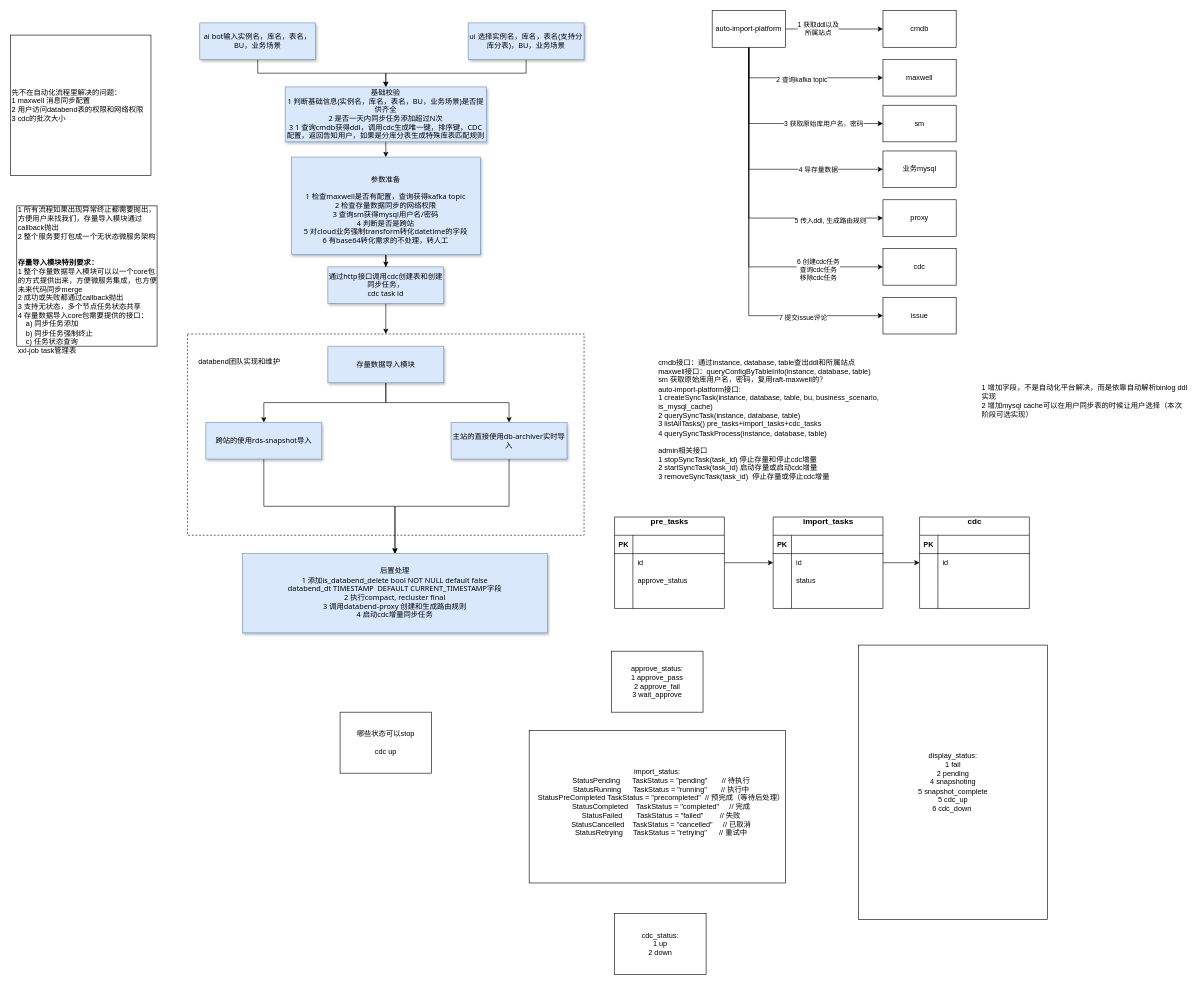
Above: doc/databend自动化数据导入流程.drawio in jackjoesh/databend (draw.io), before the change. Source tidied: cells renumbered, new cells numbered last; positions are measured from the earlier drawing's top-left corner, leaving out a move shared by most shapes. Both pictures are drawn from the tidied source at 61%, with x=0, y=0 at pixel (10, 10).
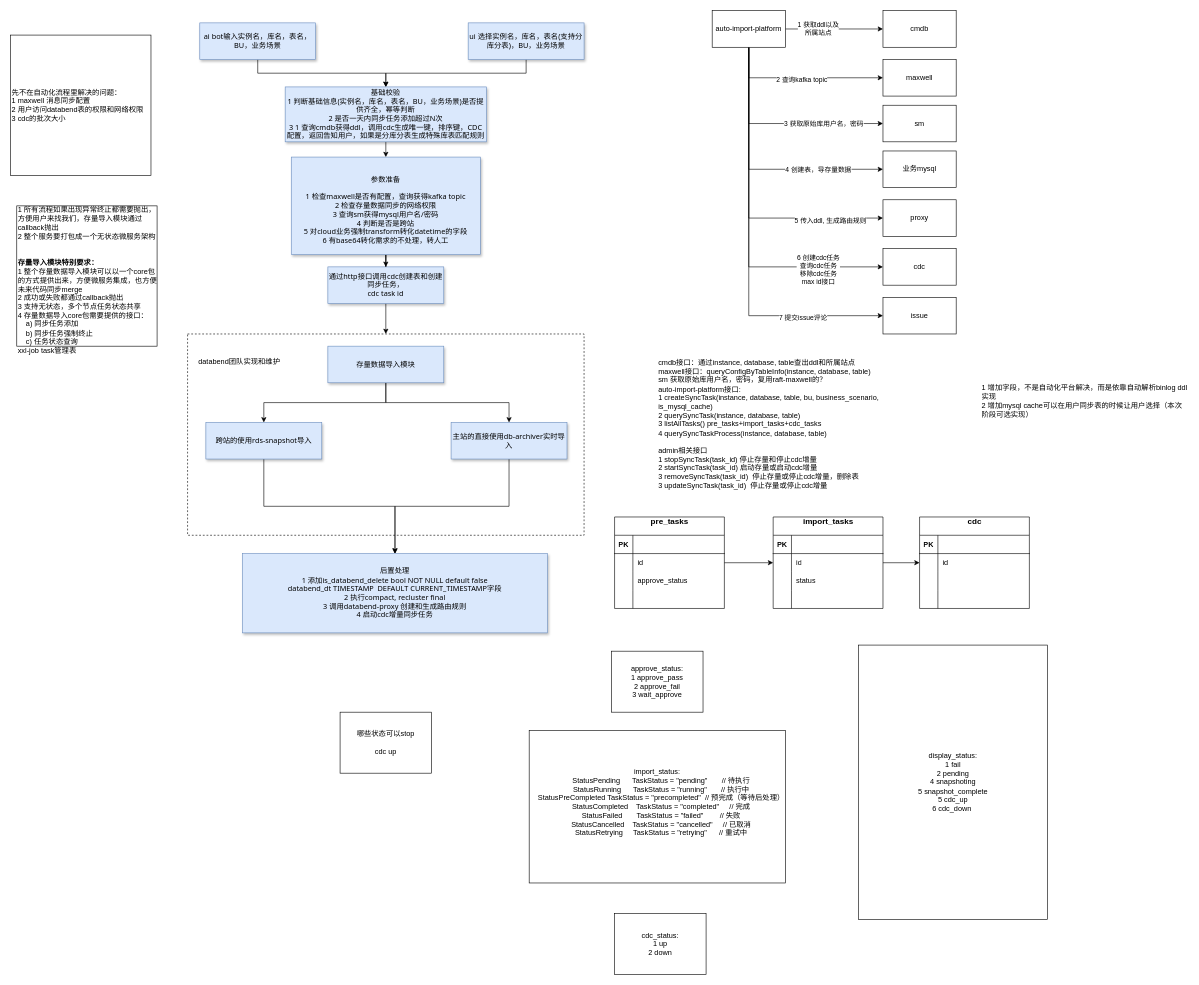
After the change.

Commit message:
更新databend自动化数据导入流程.drawio

Unchanged cells that the change refers to:
```xml
<mxCell id="33" style="edgeStyle=orthogonalEdgeStyle;rounded=0;jettySize=auto;html=1;exitX=0.5;exitY=1;exitDx=0;exitDy=0;entryX=0;entryY=0.5;entryDx=0;entryDy=0;" parent="1" edge="1" source="41" target="47">
  <mxGeometry relative="1" as="geometry" />
</mxCell>
<mxCell id="37" style="edgeStyle=orthogonalEdgeStyle;rounded=0;jettySize=auto;html=1;exitX=0.5;exitY=1;exitDx=0;exitDy=0;entryX=0;entryY=0.5;entryDx=0;entryDy=0;" parent="1" edge="1" source="41" target="44">
  <mxGeometry relative="1" as="geometry" />
</mxCell>
```

The edit, as a diff of the source:
```diff
@@
-    <mxCell id="8" value="&lt;br&gt;基础校验&lt;br&gt;&lt;div&gt;1 判断基础信息(&lt;span style=&quot;background-color: transparent; color: light-dark(rgb(0, 0, 0), rgb(255, 255, 255));&quot;&gt;实例名，库名，表名，BU，业务场景&lt;/span&gt;&lt;span style=&quot;background-color: transparent; color: light-dark(rgb(0, 0, 0), rgb(255, 255, 255));&quot;&gt;)是否提供齐全&lt;/span&gt;&lt;/div&gt;&lt;div&gt;&lt;span style=&quot;background-color: transparent; color: light-dark(rgb(0, 0, 0), rgb(255, 255, 255));&quot;&gt;2 是否一天内同步任务添加超过N次&lt;/span&gt;&lt;/div&gt;&lt;div&gt;&lt;span style=&quot;background-color: transparent; color: light-dark(rgb(0, 0, 0), rgb(255, 255, 255));&quot;&gt;3&amp;nbsp;&lt;/span&gt;1 查询cmdb获得ddl&lt;span style=&quot;color: light-dark(rgb(0, 0, 0), rgb(255, 255, 255)); background-color: transparent;&quot;&gt;，调用cdc生成唯一键，排序键，CDC配置，返回告知用户，如果是分库分表生成特殊库表匹配规则&lt;/span&gt;&lt;span style=&quot;background-color: transparent; color: light-dark(rgb(0, 0, 0), rgb(255, 255, 255));&quot;&gt;&lt;br&gt;&lt;br&gt;&lt;/span&gt;&lt;/div&gt;" style="rounded=0;whiteSpace=wrap;html=1;fillColor=#dae8fc;strokeColor=#6c8ebf;shadow=1;fontFamily=Tahoma;" parent="1" vertex="1">
+    <mxCell id="8" value="&lt;br&gt;基础校验&lt;br&gt;&lt;div&gt;1 判断基础信息(&lt;span style=&quot;background-color: transparent; color: light-dark(rgb(0, 0, 0), rgb(255, 255, 255));&quot;&gt;实例名，库名，表名，BU，业务场景&lt;/span&gt;&lt;span style=&quot;background-color: transparent; color: light-dark(rgb(0, 0, 0), rgb(255, 255, 255));&quot;&gt;)是否提供齐全，幂等判断&lt;/span&gt;&lt;/div&gt;&lt;div&gt;&lt;span style=&quot;background-color: transparent; color: light-dark(rgb(0, 0, 0), rgb(255, 255, 255));&quot;&gt;2 是否一天内同步任务添加超过N次&lt;/span&gt;&lt;/div&gt;&lt;div&gt;&lt;span style=&quot;background-color: transparent; color: light-dark(rgb(0, 0, 0), rgb(255, 255, 255));&quot;&gt;3&amp;nbsp;&lt;/span&gt;1 查询cmdb获得ddl&lt;span style=&quot;color: light-dark(rgb(0, 0, 0), rgb(255, 255, 255)); background-color: transparent;&quot;&gt;，调用cdc生成唯一键，排序键，CDC配置，返回告知用户，如果是分库分表生成特殊库表匹配规则&lt;/span&gt;&lt;span style=&quot;background-color: transparent; color: light-dark(rgb(0, 0, 0), rgb(255, 255, 255));&quot;&gt;&lt;br&gt;&lt;br&gt;&lt;/span&gt;&lt;/div&gt;" style="rounded=0;whiteSpace=wrap;html=1;fillColor=#dae8fc;strokeColor=#6c8ebf;shadow=1;fontFamily=Tahoma;" parent="1" vertex="1">
       <mxGeometry x="450" y="125" width="330" height="90" as="geometry" />
     </mxCell>
@@
-    <mxCell id="34" value="4 导存量数据" style="edgeLabel;html=1;align=center;verticalAlign=middle;" parent="33" vertex="1">
+    <mxCell id="34" value="4 创建表，导存量数据" style="edgeLabel;html=1;align=center;verticalAlign=middle;" parent="33" vertex="1">
       <mxGeometry x="0.49" relative="1" as="geometry" />
     </mxCell>
@@
-    <mxCell id="38" value="6 创建cdc任务&lt;div&gt;查询cdc任务&lt;/div&gt;&lt;div&gt;移除cdc任务&lt;/div&gt;" style="edgeLabel;html=1;align=center;verticalAlign=middle;" parent="37" vertex="1">
+    <mxCell id="38" value="6 创建cdc任务&lt;div&gt;查询cdc任务&lt;/div&gt;&lt;div&gt;移除cdc任务&lt;/div&gt;&lt;div&gt;max id接口&lt;/div&gt;" style="edgeLabel;html=1;align=center;verticalAlign=middle;" parent="37" vertex="1">
       <mxGeometry x="0.63" y="-4" relative="1" as="geometry" />
     </mxCell>
@@
-    <mxCell id="48" value="&lt;div&gt;cmdb接口：通过instance, database, table查出ddl和所属站点&lt;/div&gt;maxwell接口：queryConfigByTableInfo(instance, database, table)&lt;div&gt;sm 获取原始库用户名，密码，复用raft-maxwell的？&lt;br&gt;&lt;div&gt;auto-import-platform接口:&amp;nbsp;&lt;/div&gt;&lt;div&gt;1 createSyncTask(&lt;span style=&quot;background-color: transparent; color: light-dark(rgb(0, 0, 0), rgb(255, 255, 255));&quot;&gt;instance, database, table, bu,&amp;nbsp;&lt;/span&gt;&lt;span style=&quot;background-color: transparent;&quot;&gt;business_scenario, is_mysql_cache&lt;/span&gt;&lt;span style=&quot;background-color: transparent; color: light-dark(rgb(0, 0, 0), rgb(255, 255, 255));&quot;&gt;)&lt;/span&gt;&lt;/div&gt;&lt;div&gt;&lt;span style=&quot;background-color: transparent; color: light-dark(rgb(0, 0, 0), rgb(255, 255, 255));&quot;&gt;2 querySyncTask&lt;/span&gt;&lt;span style=&quot;background-color: transparent; color: light-dark(rgb(0, 0, 0), rgb(255, 255, 255));&quot;&gt;(&lt;/span&gt;&lt;span style=&quot;background-color: transparent; color: light-dark(rgb(0, 0, 0), rgb(255, 255, 255));&quot;&gt;instance, database, table&lt;/span&gt;&lt;span style=&quot;background-color: transparent; color: light-dark(rgb(0, 0, 0), rgb(255, 255, 255));&quot;&gt;)&lt;/span&gt;&lt;/div&gt;&lt;div&gt;&lt;span style=&quot;background-color: transparent; color: light-dark(rgb(0, 0, 0), rgb(255, 255, 255));&quot;&gt;3 listAllTasks() pre_tasks+import_tasks+cdc_tasks&lt;/span&gt;&lt;/div&gt;&lt;div&gt;&lt;span style=&quot;background-color: transparent; color: light-dark(rgb(0, 0, 0), rgb(255, 255, 255));&quot;&gt;4 querySyncTaskProcess(&lt;/span&gt;&lt;span style=&quot;background-color: transparent; color: light-dark(rgb(0, 0, 0), rgb(255, 255, 255));&quot;&gt;instance, database, table&lt;/span&gt;&lt;span style=&quot;background-color: transparent; color: light-dark(rgb(0, 0, 0), rgb(255, 255, 255));&quot;&gt;)&lt;br&gt;&lt;br&gt;admin相关接口&lt;br&gt;&lt;/span&gt;&lt;div&gt;&lt;span style=&quot;background-color: transparent; color: light-dark(rgb(0, 0, 0), rgb(255, 255, 255));&quot;&gt;1 stop&lt;/span&gt;&lt;span style=&quot;background-color: transparent; color: light-dark(rgb(0, 0, 0), rgb(255, 255, 255));&quot;&gt;SyncTask&lt;/span&gt;&lt;span style=&quot;background-color: transparent; color: light-dark(rgb(0, 0, 0), rgb(255, 255, 255));&quot;&gt;(task_id&lt;/span&gt;&lt;span style=&quot;background-color: transparent; color: light-dark(rgb(0, 0, 0), rgb(255, 255, 255));&quot;&gt;) 停止存量和停止cdc增量&lt;/span&gt;&lt;/div&gt;&lt;div&gt;&lt;span style=&quot;color: light-dark(rgb(0, 0, 0), rgb(255, 255, 255)); background-color: transparent;&quot;&gt;2 start&lt;/span&gt;&lt;span style=&quot;color: light-dark(rgb(0, 0, 0), rgb(255, 255, 255)); background-color: transparent;&quot;&gt;SyncTask&lt;/span&gt;&lt;span style=&quot;color: light-dark(rgb(0, 0, 0), rgb(255, 255, 255)); background-color: transparent;&quot;&gt;(task_id&lt;/span&gt;&lt;span style=&quot;color: light-dark(rgb(0, 0, 0), rgb(255, 255, 255)); background-color: transparent;&quot;&gt;) 启动存量或启动cdc增量&lt;/span&gt;&lt;span style=&quot;background-color: transparent; color: light-dark(rgb(0, 0, 0), rgb(255, 255, 255));&quot;&gt;&lt;/span&gt;&lt;/div&gt;&lt;div&gt;&lt;span style=&quot;background-color: transparent; color: light-dark(rgb(0, 0, 0), rgb(255, 255, 255));&quot;&gt;3 removeSyncTask&lt;/span&gt;&lt;span style=&quot;background-color: transparent; color: light-dark(rgb(0, 0, 0), rgb(255, 255, 255));&quot;&gt;(task_id&lt;/span&gt;&lt;span style=&quot;background-color: transparent; color: light-dark(rgb(0, 0, 0), rgb(255, 255, 255));&quot;&gt;)&amp;nbsp;&amp;nbsp;&lt;/span&gt;&lt;span style=&quot;background-color: transparent; color: light-dark(rgb(0, 0, 0), rgb(255, 255, 255));&quot;&gt;停止存量或停止cdc增量&lt;/span&gt;&lt;/div&gt;&lt;/div&gt;&lt;div&gt;&lt;br&gt;&lt;/div&gt;&lt;div&gt;&lt;span style=&quot;background-color: transparent; color: light-dark(rgb(0, 0, 0), rgb(255, 255, 255));&quot;&gt;&lt;br&gt;&lt;/span&gt;&lt;/div&gt;&lt;/div&gt;" style="text;html=1;align=left;verticalAlign=middle;whiteSpace=wrap;rounded=0;" parent="1" vertex="1">
+    <mxCell id="48" value="&lt;div&gt;cmdb接口：通过instance, database, table查出ddl和所属站点&lt;/div&gt;maxwell接口：queryConfigByTableInfo(instance, database, table)&lt;div&gt;sm 获取原始库用户名，密码，复用raft-maxwell的？&lt;br&gt;&lt;div&gt;auto-import-platform接口:&amp;nbsp;&lt;/div&gt;&lt;div&gt;1 createSyncTask(&lt;span style=&quot;background-color: transparent; color: light-dark(rgb(0, 0, 0), rgb(255, 255, 255));&quot;&gt;instance, database, table, bu,&amp;nbsp;&lt;/span&gt;&lt;span style=&quot;background-color: transparent;&quot;&gt;business_scenario, is_mysql_cache&lt;/span&gt;&lt;span style=&quot;background-color: transparent; color: light-dark(rgb(0, 0, 0), rgb(255, 255, 255));&quot;&gt;)&lt;/span&gt;&lt;/div&gt;&lt;div&gt;&lt;span style=&quot;background-color: transparent; color: light-dark(rgb(0, 0, 0), rgb(255, 255, 255));&quot;&gt;2 querySyncTask&lt;/span&gt;&lt;span style=&quot;background-color: transparent; color: light-dark(rgb(0, 0, 0), rgb(255, 255, 255));&quot;&gt;(&lt;/span&gt;&lt;span style=&quot;background-color: transparent; color: light-dark(rgb(0, 0, 0), rgb(255, 255, 255));&quot;&gt;instance, database, table&lt;/span&gt;&lt;span style=&quot;background-color: transparent; color: light-dark(rgb(0, 0, 0), rgb(255, 255, 255));&quot;&gt;)&lt;/span&gt;&lt;/div&gt;&lt;div&gt;&lt;span style=&quot;background-color: transparent; color: light-dark(rgb(0, 0, 0), rgb(255, 255, 255));&quot;&gt;3 listAllTasks() pre_tasks+import_tasks+cdc_tasks&lt;/span&gt;&lt;/div&gt;&lt;div&gt;&lt;span style=&quot;background-color: transparent; color: light-dark(rgb(0, 0, 0), rgb(255, 255, 255));&quot;&gt;4 querySyncTaskProcess(&lt;/span&gt;&lt;span style=&quot;background-color: transparent; color: light-dark(rgb(0, 0, 0), rgb(255, 255, 255));&quot;&gt;instance, database, table&lt;/span&gt;&lt;span style=&quot;background-color: transparent; color: light-dark(rgb(0, 0, 0), rgb(255, 255, 255));&quot;&gt;)&lt;br&gt;&lt;br&gt;admin相关接口&lt;br&gt;&lt;/span&gt;&lt;div&gt;&lt;span style=&quot;background-color: transparent; color: light-dark(rgb(0, 0, 0), rgb(255, 255, 255));&quot;&gt;1 stop&lt;/span&gt;&lt;span style=&quot;background-color: transparent; color: light-dark(rgb(0, 0, 0), rgb(255, 255, 255));&quot;&gt;SyncTask&lt;/span&gt;&lt;span style=&quot;background-color: transparent; color: light-dark(rgb(0, 0, 0), rgb(255, 255, 255));&quot;&gt;(task_id&lt;/span&gt;&lt;span style=&quot;background-color: transparent; color: light-dark(rgb(0, 0, 0), rgb(255, 255, 255));&quot;&gt;) 停止存量和停止cdc增量&lt;/span&gt;&lt;/div&gt;&lt;div&gt;&lt;span style=&quot;color: light-dark(rgb(0, 0, 0), rgb(255, 255, 255)); background-color: transparent;&quot;&gt;2 start&lt;/span&gt;&lt;span style=&quot;color: light-dark(rgb(0, 0, 0), rgb(255, 255, 255)); background-color: transparent;&quot;&gt;SyncTask&lt;/span&gt;&lt;span style=&quot;color: light-dark(rgb(0, 0, 0), rgb(255, 255, 255)); background-color: transparent;&quot;&gt;(task_id&lt;/span&gt;&lt;span style=&quot;color: light-dark(rgb(0, 0, 0), rgb(255, 255, 255)); background-color: transparent;&quot;&gt;) 启动存量或启动cdc增量&lt;/span&gt;&lt;span style=&quot;background-color: transparent; color: light-dark(rgb(0, 0, 0), rgb(255, 255, 255));&quot;&gt;&lt;/span&gt;&lt;/div&gt;&lt;div&gt;&lt;span style=&quot;background-color: transparent; color: light-dark(rgb(0, 0, 0), rgb(255, 255, 255));&quot;&gt;3 removeSyncTask&lt;/span&gt;&lt;span style=&quot;background-color: transparent; color: light-dark(rgb(0, 0, 0), rgb(255, 255, 255));&quot;&gt;(task_id&lt;/span&gt;&lt;span style=&quot;background-color: transparent; color: light-dark(rgb(0, 0, 0), rgb(255, 255, 255));&quot;&gt;)&amp;nbsp;&amp;nbsp;&lt;/span&gt;&lt;span style=&quot;background-color: transparent; color: light-dark(rgb(0, 0, 0), rgb(255, 255, 255));&quot;&gt;停止存量或停止cdc增量，删除表&lt;/span&gt;&lt;/div&gt;&lt;/div&gt;&lt;div&gt;&lt;span style=&quot;color: light-dark(rgb(0, 0, 0), rgb(255, 255, 255)); background-color: transparent;&quot;&gt;3 updateSyncTask&lt;/span&gt;&lt;span style=&quot;color: light-dark(rgb(0, 0, 0), rgb(255, 255, 255)); background-color: transparent;&quot;&gt;(task_id&lt;/span&gt;&lt;span style=&quot;color: light-dark(rgb(0, 0, 0), rgb(255, 255, 255)); background-color: transparent;&quot;&gt;)&amp;nbsp;&amp;nbsp;&lt;/span&gt;&lt;span style=&quot;color: light-dark(rgb(0, 0, 0), rgb(255, 255, 255)); background-color: transparent;&quot;&gt;停止存量或停止cdc增量&lt;/span&gt;&lt;/div&gt;&lt;div&gt;&lt;span style=&quot;background-color: transparent; color: light-dark(rgb(0, 0, 0), rgb(255, 255, 255));&quot;&gt;&lt;br&gt;&lt;/span&gt;&lt;/div&gt;&lt;/div&gt;" style="text;html=1;align=left;verticalAlign=middle;whiteSpace=wrap;rounded=0;" parent="1" vertex="1">
       <mxGeometry x="1060" y="560" width="400" height="250" as="geometry" />
     </mxCell>
```
